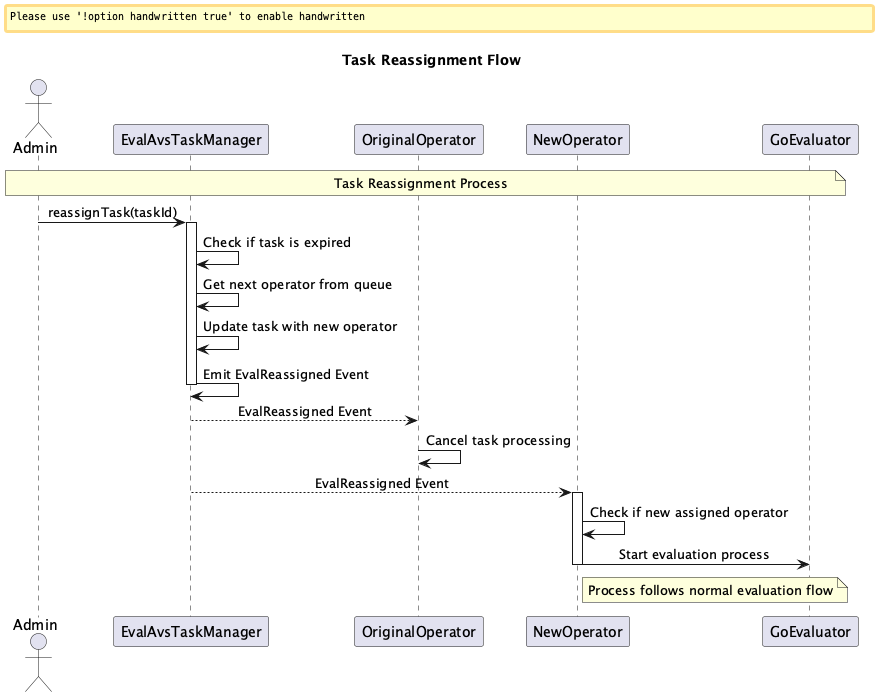
k-g-j/ll-sequence-diagrams keeps this PlantUML diagram as plantuml-diagrams/avs-reassignment-flow.png. Above is the earlier version. Its diagram source:
```plantuml
@startuml
skinparam sequenceMessageAlign center
skinparam backgroundColor white
skinparam handwritten false

title Task Reassignment Flow

actor Admin
participant "EvalAvsTaskManager" as TaskManager
participant "OriginalOperator" as OriginalOperator
participant "NewOperator" as NewOperator
participant "GoEvaluator" as GoEvaluator

note over Admin, GoEvaluator: Task Reassignment Process

Admin -> TaskManager: reassignTask(taskId)
activate TaskManager
TaskManager -> TaskManager: Check if task is expired
TaskManager -> TaskManager: Get next operator from queue
TaskManager -> TaskManager: Update task with new operator
TaskManager -> TaskManager: Emit EvalReassigned Event
deactivate TaskManager

TaskManager --> OriginalOperator: EvalReassigned Event
OriginalOperator -> OriginalOperator: Cancel task processing

TaskManager --> NewOperator: EvalReassigned Event
activate NewOperator
NewOperator -> NewOperator: Check if new assigned operator
NewOperator -> GoEvaluator: Start evaluation process
note right of NewOperator: Process follows normal evaluation flow
deactivate NewOperator
@enduml
```
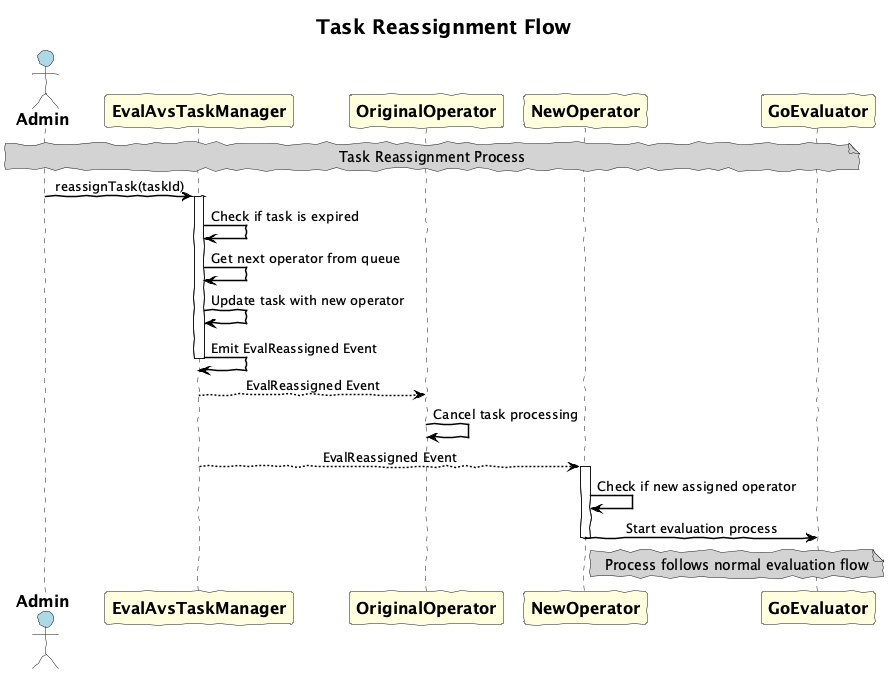
Later version of the same file.

The edit, as a diff of the source:
```diff
@@ -1,7 +1,25 @@
 @startuml
-skinparam sequenceMessageAlign center
+!option handwritten true
+
 skinparam backgroundColor white
-skinparam handwritten false
+skinparam defaultTextAlignment center
+
+skinparam ArrowColor black
+skinparam ArrowThickness 1.5
+skinparam SequenceArrowThickness 1.5
+
+skinparam ParticipantFontSize 16
+skinparam ParticipantFontStyle bold
+skinparam ActorFontSize 16
+skinparam ActorFontStyle bold
+skinparam NoteFontSize 14
+skinparam TitleFontSize 20
+skinparam TitleFontStyle bold
+
+skinparam ActorBackgroundColor lightblue
+skinparam ParticipantBackgroundColor lightyellow
+skinparam NoteBackgroundColor lightgray
+skinparam DatabaseBackgroundColor lightgreen
 
 title Task Reassignment Flow
 
```
